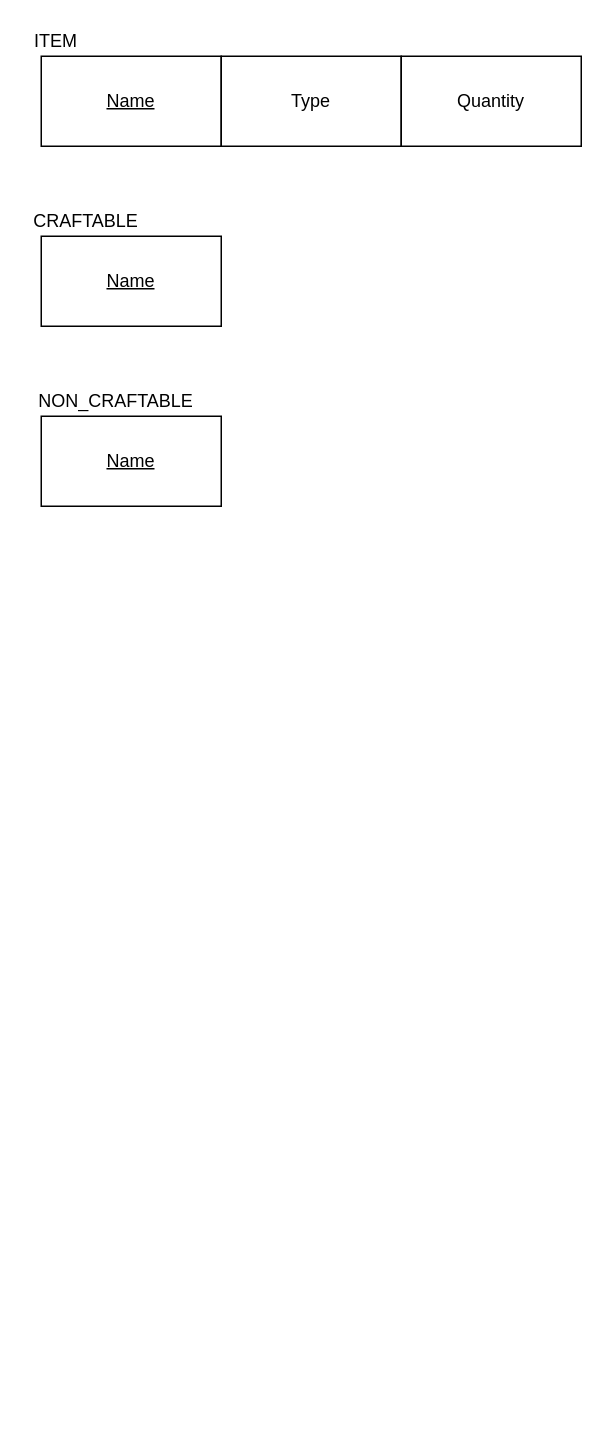
Before: TerrariaMR.drawio in ahridesu/guioes-BD, a draw.io diagram. Source tidied: cells renumbered, new cells numbered last; positions are measured from the earlier drawing's top-left corner, leaving out a move shared by most shapes. Both pictures are drawn from the tidied source at 150%, with x=0, y=0 at pixel (26, 26).
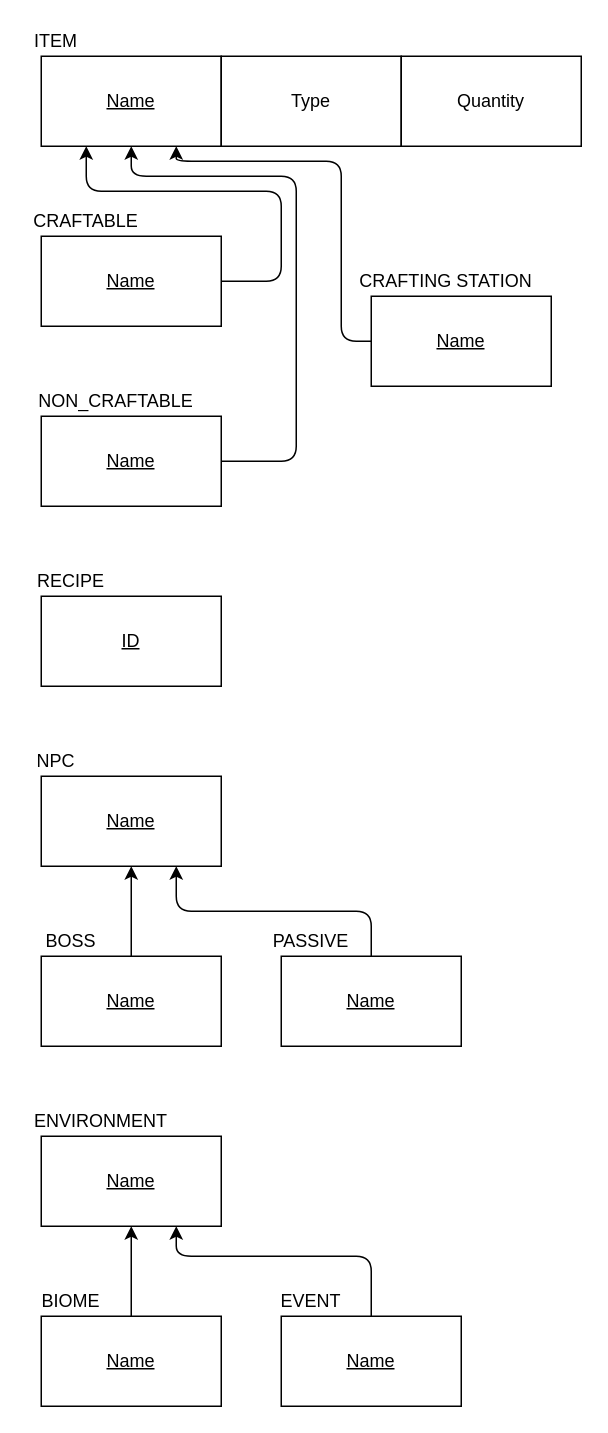
Above is the later version.

Unchanged cells that the change refers to:
```xml
<mxCell id="2" value="&lt;u&gt;Name&lt;/u&gt;" style="rounded=0;whiteSpace=wrap;html=1;" parent="1" vertex="1">
  <mxGeometry x="10" y="20" width="120" height="60" as="geometry" />
</mxCell>
<mxCell id="6" value="&lt;u&gt;Name&lt;/u&gt;" style="rounded=0;whiteSpace=wrap;html=1;" parent="1" vertex="1">
  <mxGeometry x="10" y="140" width="120" height="60" as="geometry" />
</mxCell>
<mxCell id="8" value="&lt;u&gt;Name&lt;/u&gt;" style="rounded=0;whiteSpace=wrap;html=1;" parent="1" vertex="1">
  <mxGeometry x="10" y="260" width="120" height="60" as="geometry" />
</mxCell>
```

The edit, as a diff of the source:
```diff
@@
+    <mxCell id="10" style="endArrow=classic;html=1;exitX=1;exitY=0.5;exitDx=0;exitDy=0;entryX=0.25;entryY=1;entryDx=0;entryDy=0;" parent="1" edge="1" source="6" target="2">
+      <mxGeometry relative="1" as="geometry">
+        <Array as="points">
+          <mxPoint x="170" y="170" />
+          <mxPoint x="170" y="110" />
+          <mxPoint x="40" y="110" />
+        </Array>
+      </mxGeometry>
+    </mxCell>
+    <mxCell id="11" style="endArrow=classic;html=1;exitX=1;exitY=0.5;exitDx=0;exitDy=0;entryX=0.5;entryY=1;entryDx=0;entryDy=0;" parent="1" edge="1" source="8" target="2">
+      <mxGeometry relative="1" as="geometry">
+        <Array as="points">
+          <mxPoint x="180" y="290" />
+          <mxPoint x="180" y="100" />
+          <mxPoint x="70" y="100" />
+        </Array>
+      </mxGeometry>
+    </mxCell>
+    <mxCell id="12" value="&lt;u&gt;Name&lt;/u&gt;" style="rounded=0;whiteSpace=wrap;html=1;" parent="1" vertex="1">
+      <mxGeometry x="230" y="180" width="120" height="60" as="geometry" />
+    </mxCell>
+    <mxCell id="13" value="CRAFTING STATION" style="text;html=1;strokeColor=none;fillColor=none;align=center;verticalAlign=middle;whiteSpace=wrap;rounded=0;" parent="1" vertex="1">
+      <mxGeometry x="220" y="160" width="120" height="20" as="geometry" />
+    </mxCell>
+    <mxCell id="14" style="endArrow=classic;html=1;exitX=0;exitY=0.5;exitDx=0;exitDy=0;entryX=0.75;entryY=1;entryDx=0;entryDy=0;" parent="1" edge="1" source="12" target="2">
+      <mxGeometry relative="1" as="geometry">
+        <Array as="points">
+          <mxPoint x="210" y="210" />
+          <mxPoint x="210" y="90" />
+          <mxPoint x="100" y="90" />
+        </Array>
+      </mxGeometry>
+    </mxCell>
+    <mxCell id="15" value="&lt;u&gt;ID&lt;/u&gt;" style="rounded=0;whiteSpace=wrap;html=1;" parent="1" vertex="1">
+      <mxGeometry x="10" y="380" width="120" height="60" as="geometry" />
+    </mxCell>
+    <mxCell id="16" value="RECIPE" style="text;html=1;strokeColor=none;fillColor=none;align=center;verticalAlign=middle;whiteSpace=wrap;rounded=0;" parent="1" vertex="1">
+      <mxGeometry x="10" y="360" width="40" height="20" as="geometry" />
+    </mxCell>
+    <mxCell id="17" value="&lt;u&gt;Name&lt;/u&gt;" style="rounded=0;whiteSpace=wrap;html=1;" parent="1" vertex="1">
+      <mxGeometry x="10" y="500" width="120" height="60" as="geometry" />
+    </mxCell>
+    <mxCell id="18" value="NPC" style="text;html=1;strokeColor=none;fillColor=none;align=center;verticalAlign=middle;whiteSpace=wrap;rounded=0;" parent="1" vertex="1">
+      <mxGeometry y="480" width="40" height="20" as="geometry" />
+    </mxCell>
+    <mxCell id="19" value="&lt;u&gt;Name&lt;/u&gt;" style="rounded=0;whiteSpace=wrap;html=1;" parent="1" vertex="1">
+      <mxGeometry x="10" y="620" width="120" height="60" as="geometry" />
+    </mxCell>
+    <mxCell id="20" value="&lt;u&gt;Name&lt;/u&gt;" style="rounded=0;whiteSpace=wrap;html=1;" parent="1" vertex="1">
+      <mxGeometry x="170" y="620" width="120" height="60" as="geometry" />
+    </mxCell>
+    <mxCell id="21" value="BOSS" style="text;html=1;strokeColor=none;fillColor=none;align=center;verticalAlign=middle;whiteSpace=wrap;rounded=0;" parent="1" vertex="1">
+      <mxGeometry x="10" y="600" width="40" height="20" as="geometry" />
+    </mxCell>
+    <mxCell id="22" value="PASSIVE" style="text;html=1;strokeColor=none;fillColor=none;align=center;verticalAlign=middle;whiteSpace=wrap;rounded=0;" parent="1" vertex="1">
+      <mxGeometry x="170" y="600" width="40" height="20" as="geometry" />
+    </mxCell>
+    <mxCell id="23" style="endArrow=classic;html=1;exitX=0.5;exitY=0;exitDx=0;exitDy=0;entryX=0.5;entryY=1;entryDx=0;entryDy=0;" parent="1" edge="1" source="19" target="17">
+      <mxGeometry relative="1" as="geometry" />
+    </mxCell>
+    <mxCell id="24" style="endArrow=classic;html=1;exitX=0.5;exitY=0;exitDx=0;exitDy=0;entryX=0.75;entryY=1;entryDx=0;entryDy=0;" parent="1" edge="1" source="20" target="17">
+      <mxGeometry relative="1" as="geometry">
+        <Array as="points">
+          <mxPoint x="230" y="590" />
+          <mxPoint x="100" y="590" />
+        </Array>
+      </mxGeometry>
+    </mxCell>
+    <mxCell id="25" value="&lt;u&gt;Name&lt;/u&gt;" style="rounded=0;whiteSpace=wrap;html=1;" parent="1" vertex="1">
+      <mxGeometry x="10" y="740" width="120" height="60" as="geometry" />
+    </mxCell>
+    <mxCell id="26" value="ENVIRONMENT" style="text;html=1;strokeColor=none;fillColor=none;align=center;verticalAlign=middle;whiteSpace=wrap;rounded=0;" parent="1" vertex="1">
+      <mxGeometry x="30" y="720" width="40" height="20" as="geometry" />
+    </mxCell>
+    <mxCell id="27" value="&lt;u&gt;Name&lt;/u&gt;" style="rounded=0;whiteSpace=wrap;html=1;" parent="1" vertex="1">
+      <mxGeometry x="10" y="860" width="120" height="60" as="geometry" />
+    </mxCell>
+    <mxCell id="28" value="&lt;u&gt;Name&lt;/u&gt;" style="rounded=0;whiteSpace=wrap;html=1;" parent="1" vertex="1">
+      <mxGeometry x="170" y="860" width="120" height="60" as="geometry" />
+    </mxCell>
+    <mxCell id="29" style="endArrow=classic;html=1;exitX=0.5;exitY=0;exitDx=0;exitDy=0;entryX=0.5;entryY=1;entryDx=0;entryDy=0;" parent="1" edge="1" source="27" target="25">
+      <mxGeometry relative="1" as="geometry" />
+    </mxCell>
+    <mxCell id="30" style="endArrow=classic;html=1;exitX=0.5;exitY=0;exitDx=0;exitDy=0;entryX=0.75;entryY=1;entryDx=0;entryDy=0;" parent="1" edge="1" source="28" target="25">
+      <mxGeometry relative="1" as="geometry">
+        <Array as="points">
+          <mxPoint x="230" y="820" />
+          <mxPoint x="100" y="820" />
+        </Array>
+      </mxGeometry>
+    </mxCell>
+    <mxCell id="31" value="BIOME" style="text;html=1;strokeColor=none;fillColor=none;align=center;verticalAlign=middle;whiteSpace=wrap;rounded=0;" parent="1" vertex="1">
+      <mxGeometry x="10" y="840" width="40" height="20" as="geometry" />
+    </mxCell>
+    <mxCell id="32" value="EVENT" style="text;html=1;strokeColor=none;fillColor=none;align=center;verticalAlign=middle;whiteSpace=wrap;rounded=0;" parent="1" vertex="1">
+      <mxGeometry x="170" y="840" width="40" height="20" as="geometry" />
+    </mxCell>
```
